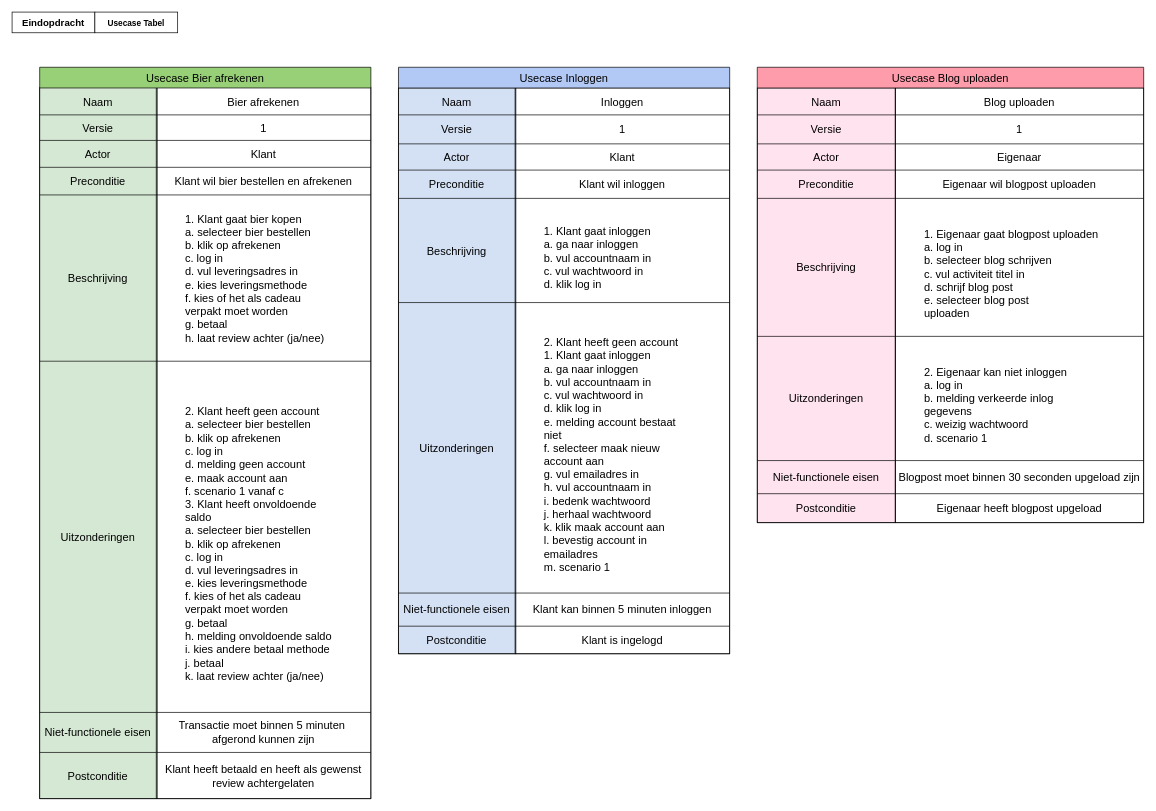
Before: page "Usecase_tabel" (3 of 4) of ProcesanalyseEindopdracht.drawio in EMB20/Procesanalyse, a draw.io diagram. Source tidied: cells renumbered, new cells numbered last; positions are measured from the earlier drawing's top-left corner, leaving out a move shared by most shapes. Both pictures are drawn from the tidied source at 69%, with x=0, y=0 at pixel (12, 12).
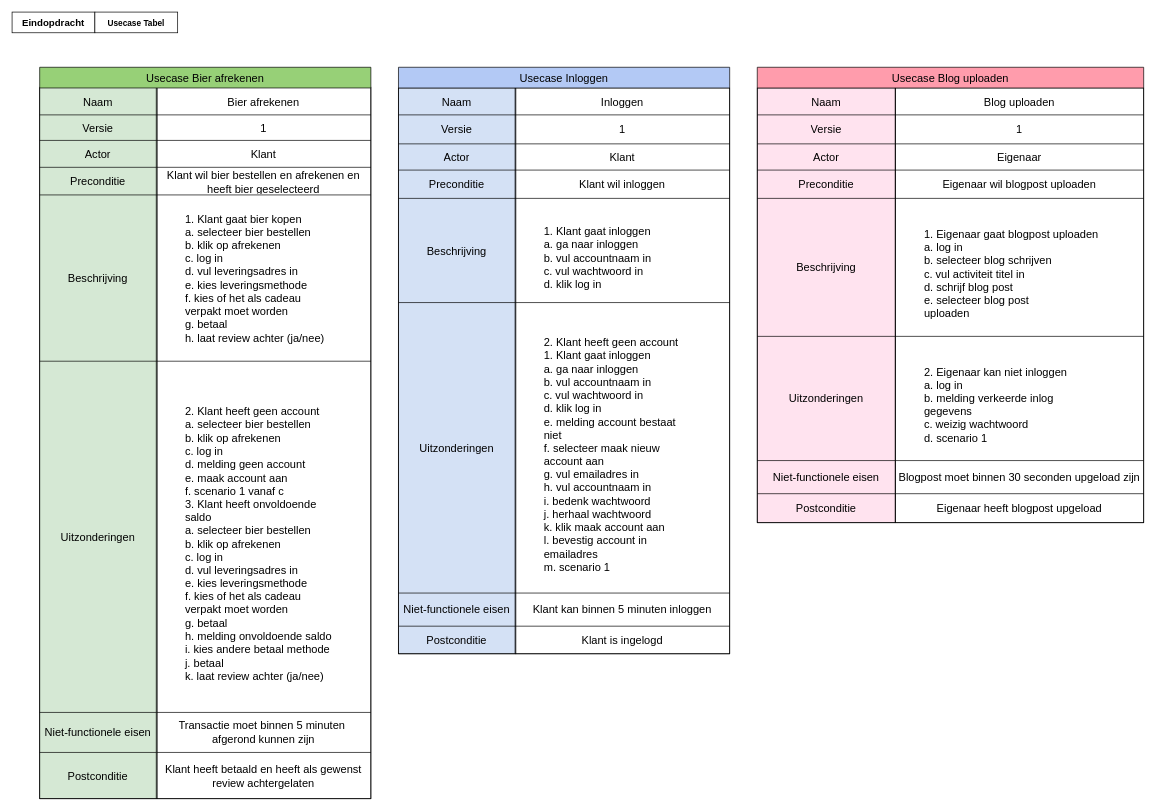
The same diagram, later.

The change refers to these unchanged cells:
```xml
<mxCell id="15" style="shape=tableRow;horizontal=0;startSize=0;swimlaneHead=0;swimlaneBody=0;strokeColor=inherit;top=0;left=0;bottom=0;right=0;fillColor=none;fontSize=16;" parent="5" vertex="1">
  <mxGeometry y="145" width="480" height="40" as="geometry" />
</mxCell>
```

Change to the diagram source:
```diff
@@
-    <mxCell id="17" value="Klant wil bier bestellen en afrekenen" style="shape=partialRectangle;html=1;whiteSpace=wrap;strokeColor=inherit;overflow=hidden;fillColor=none;top=0;left=0;bottom=0;right=0;fontSize=16;" parent="15" vertex="1">
+    <mxCell id="17" value="Klant wil bier bestellen en afrekenen en heeft bier geselecteerd" style="shape=partialRectangle;html=1;whiteSpace=wrap;strokeColor=inherit;overflow=hidden;fillColor=none;top=0;left=0;bottom=0;right=0;fontSize=16;" parent="15" vertex="1">
       <mxGeometry x="169" width="311" height="40" as="geometry" />
     </mxCell>
```
